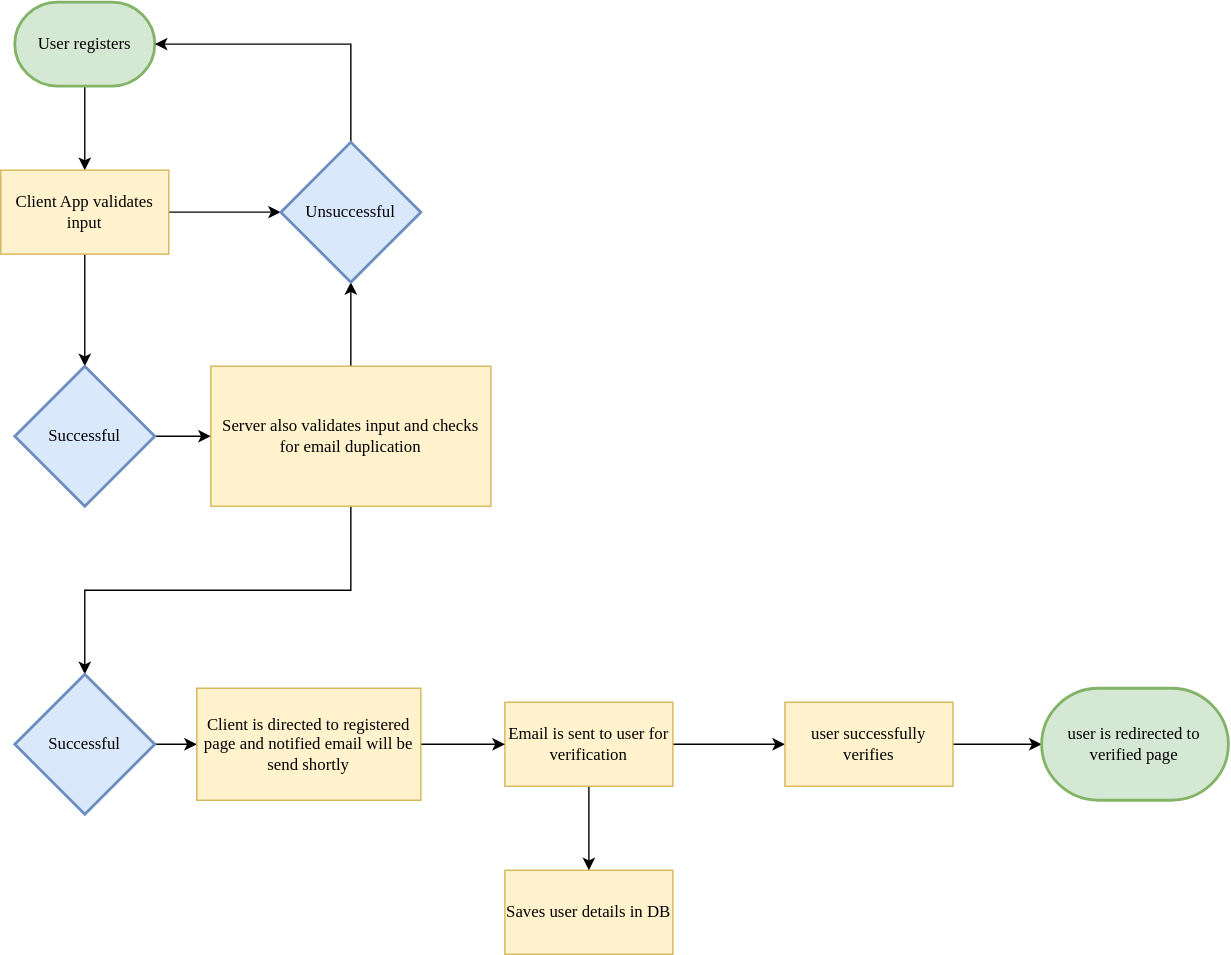
Above: register-flow.svg in jpduong/gym-time (draw.io), before the change. Source tidied: cells renumbered, new cells last; positions are measured from the earlier drawing's top-left corner, leaving out a move shared by most shapes.
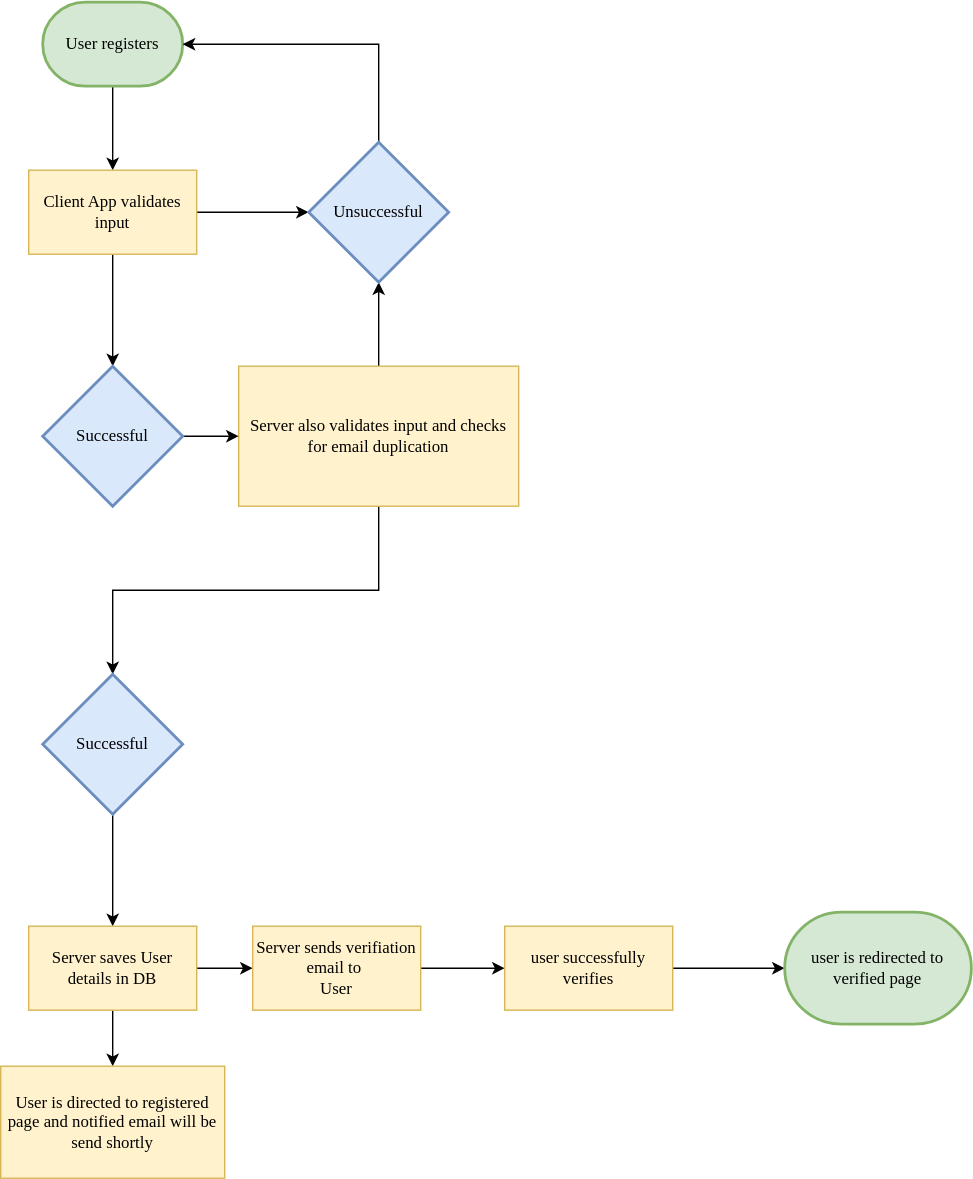
After the change.

Commit message:
update register-flow diagram

The edit, as a diff of the source:
```diff
@@ -40,38 +40,38 @@
     <mxCell id="13" value="Unsuccessful" style="strokeWidth=2;html=1;shape=mxgraph.flowchart.decision;whiteSpace=wrap;fontFamily=Tahoma;fillColor=#dae8fc;strokeColor=#6c8ebf;" parent="1" vertex="1">
       <mxGeometry x="200" y="100" width="100" height="100" as="geometry" />
     </mxCell>
-    <mxCell id="14" style="edgeStyle=orthogonalEdgeStyle;rounded=0;jettySize=auto;html=1;exitX=1;exitY=0.5;exitDx=0;exitDy=0;exitPerimeter=0;entryX=0;entryY=0.5;entryDx=0;entryDy=0;fontFamily=Tahoma;" parent="1" edge="1" source="15" target="24">
-      <mxGeometry relative="1" as="geometry" />
-    </mxCell>
+    <mxCell id="25" style="edgeStyle=orthogonalEdgeStyle;rounded=0;jettySize=auto;html=1;exitX=0.5;exitY=1;exitDx=0;exitDy=0;exitPerimeter=0;entryX=0.5;entryY=0;entryDx=0;entryDy=0;" parent="1" edge="1" source="15" target="16">
+      <mxGeometry relative="1" as="geometry" />
+    </mxCell>
     <mxCell id="15" value="Successful" style="strokeWidth=2;html=1;shape=mxgraph.flowchart.decision;whiteSpace=wrap;fontFamily=Tahoma;fillColor=#dae8fc;strokeColor=#6c8ebf;" parent="1" vertex="1">
       <mxGeometry x="10" y="480" width="100" height="100" as="geometry" />
     </mxCell>
+    <mxCell id="26" style="edgeStyle=orthogonalEdgeStyle;rounded=0;jettySize=auto;html=1;exitX=0.5;exitY=1;exitDx=0;exitDy=0;entryX=0.5;entryY=0;entryDx=0;entryDy=0;" parent="1" edge="1" source="16" target="24">
+      <mxGeometry relative="1" as="geometry" />
+    </mxCell>
+    <mxCell id="27" style="edgeStyle=orthogonalEdgeStyle;rounded=0;jettySize=auto;html=1;exitX=1;exitY=0.5;exitDx=0;exitDy=0;entryX=0;entryY=0.5;entryDx=0;entryDy=0;" parent="1" edge="1" source="16" target="19">
+      <mxGeometry relative="1" as="geometry" />
+    </mxCell>
-    <mxCell id="16" value="Saves user details in DB" style="rounded=0;whiteSpace=wrap;html=1;fontFamily=Tahoma;fillColor=#fff2cc;strokeColor=#d6b656;" parent="1" vertex="1">
-      <mxGeometry x="360" y="620" width="120" height="60" as="geometry" />
+    <mxCell id="16" value="Server saves User details in DB" style="rounded=0;whiteSpace=wrap;html=1;fontFamily=Tahoma;fillColor=#fff2cc;strokeColor=#d6b656;" parent="1" vertex="1">
+      <mxGeometry y="660" width="120" height="60" as="geometry" />
     </mxCell>
     <mxCell id="17" style="edgeStyle=orthogonalEdgeStyle;rounded=0;jettySize=auto;html=1;exitX=1;exitY=0.5;exitDx=0;exitDy=0;entryX=0;entryY=0.5;entryDx=0;entryDy=0;fontFamily=Tahoma;" parent="1" edge="1" source="19" target="21">
       <mxGeometry relative="1" as="geometry" />
     </mxCell>
-    <mxCell id="18" style="edgeStyle=orthogonalEdgeStyle;rounded=0;jettySize=auto;html=1;exitX=0.5;exitY=1;exitDx=0;exitDy=0;fontFamily=Tahoma;" parent="1" edge="1" source="19" target="16">
-      <mxGeometry relative="1" as="geometry" />
-    </mxCell>
-    <mxCell id="19" value="Email is sent to user for verification" style="rounded=0;whiteSpace=wrap;html=1;fontFamily=Tahoma;fillColor=#fff2cc;strokeColor=#d6b656;" parent="1" vertex="1">
-      <mxGeometry x="360" y="500" width="120" height="60" as="geometry" />
+    <mxCell id="19" value="Server sends verifiation email to&amp;nbsp;&lt;br&gt;User" style="rounded=0;whiteSpace=wrap;html=1;fontFamily=Tahoma;fillColor=#fff2cc;strokeColor=#d6b656;" parent="1" vertex="1">
+      <mxGeometry x="160" y="660" width="120" height="60" as="geometry" />
     </mxCell>
-    <mxCell id="20" style="edgeStyle=orthogonalEdgeStyle;rounded=0;jettySize=auto;html=1;exitX=1;exitY=0.5;exitDx=0;exitDy=0;entryX=0;entryY=0.5;entryDx=0;entryDy=0;fontFamily=Tahoma;entryPerimeter=0;" parent="1" edge="1" source="21" target="22">
+    <mxCell id="20" style="edgeStyle=orthogonalEdgeStyle;rounded=0;jettySize=auto;html=1;exitX=1;exitY=0.5;exitDx=0;exitDy=0;entryX=0;entryY=0.5;entryDx=0;entryDy=0;entryPerimeter=0;" parent="1" edge="1" source="21" target="22">
       <mxGeometry relative="1" as="geometry" />
     </mxCell>
     <mxCell id="21" value="user successfully verifies" style="rounded=0;whiteSpace=wrap;html=1;fontFamily=Tahoma;fillColor=#fff2cc;strokeColor=#d6b656;" parent="1" vertex="1">
-      <mxGeometry x="560" y="500" width="120" height="60" as="geometry" />
+      <mxGeometry x="340" y="660" width="120" height="60" as="geometry" />
     </mxCell>
     <mxCell id="22" value="user is redirected to verified page" style="strokeWidth=2;html=1;shape=mxgraph.flowchart.terminator;whiteSpace=wrap;fontFamily=Tahoma;fillColor=#d5e8d4;strokeColor=#82b366;" parent="1" vertex="1">
-      <mxGeometry x="743.3" y="490" width="133.3" height="80" as="geometry" />
+      <mxGeometry x="540" y="650" width="133.3" height="80" as="geometry" />
     </mxCell>
-    <mxCell id="23" style="edgeStyle=orthogonalEdgeStyle;rounded=0;jettySize=auto;html=1;exitX=1;exitY=0.5;exitDx=0;exitDy=0;entryX=0;entryY=0.5;entryDx=0;entryDy=0;fontFamily=Tahoma;" parent="1" edge="1" source="24" target="19">
-      <mxGeometry relative="1" as="geometry" />
-    </mxCell>
-    <mxCell id="24" value="Client is directed to registered page and notified email will be send shortly" style="rounded=0;whiteSpace=wrap;html=1;fontFamily=Tahoma;fillColor=#fff2cc;strokeColor=#d6b656;" parent="1" vertex="1">
-      <mxGeometry x="140" y="490" width="160" height="80" as="geometry" />
+    <mxCell id="24" value="User is directed to registered page and notified email will be send shortly" style="rounded=0;whiteSpace=wrap;html=1;fontFamily=Tahoma;fillColor=#fff2cc;strokeColor=#d6b656;" parent="1" vertex="1">
+      <mxGeometry x="-20" y="760" width="160" height="80" as="geometry" />
     </mxCell>
   </root>
 </mxGraphModel>
```
